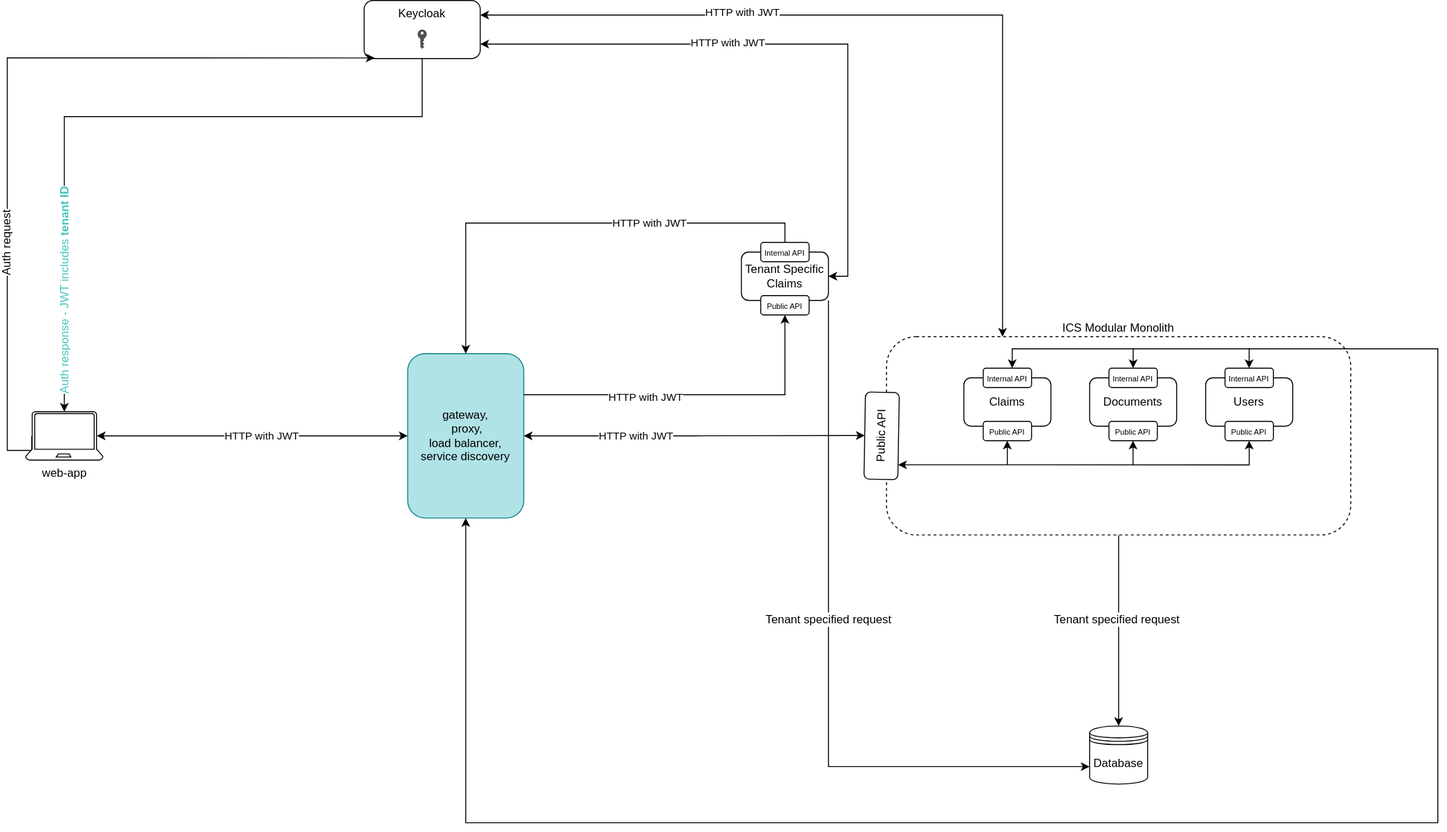
The draw.io diagram architecture/services.svg in michalpatron10/ics, before a commit. Source tidied: cells renumbered, new cells last; positions are measured from the earlier drawing's top-left corner, leaving out a move shared by most shapes.
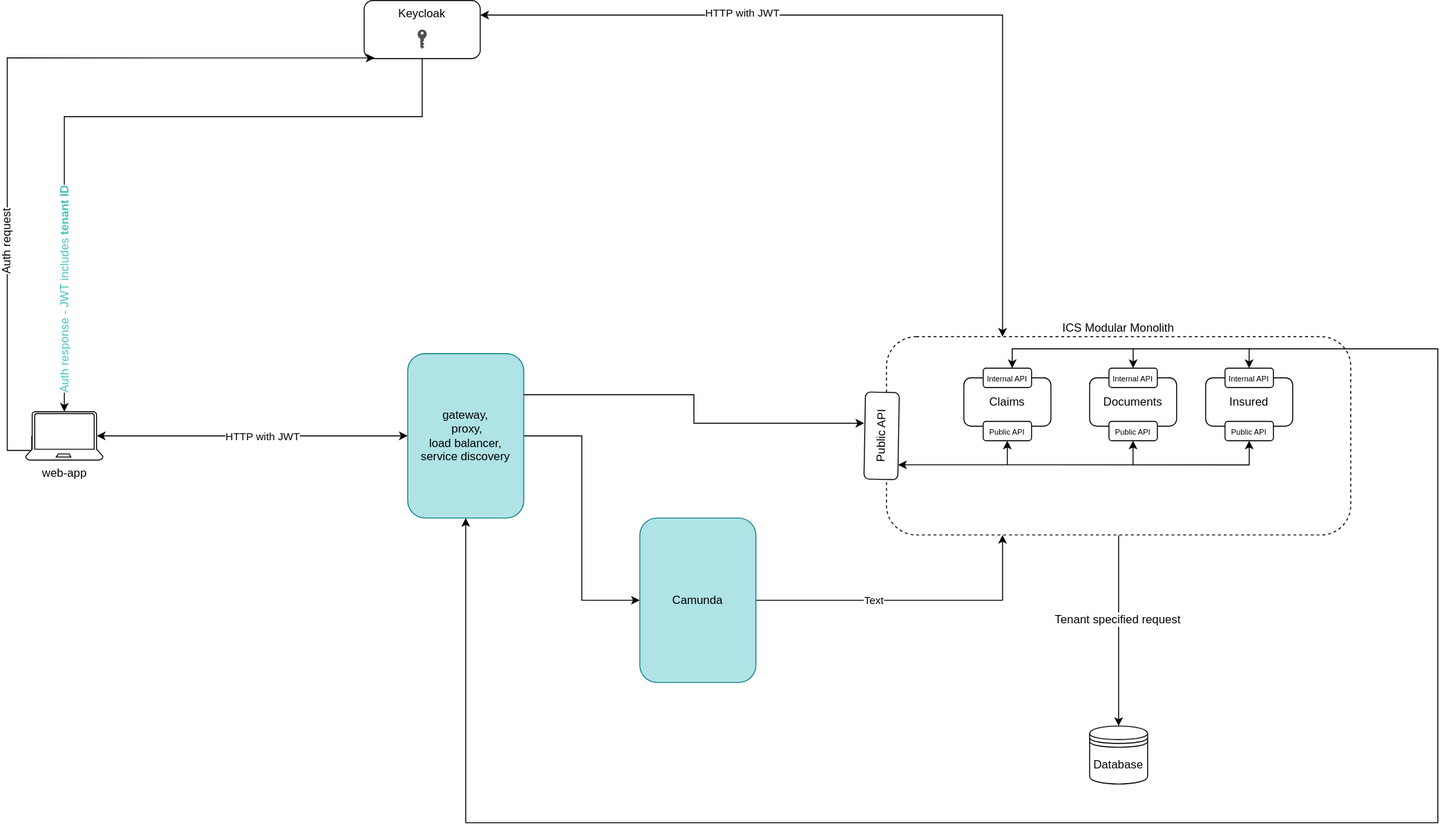
The same file after the commit.

The edit, as a diff of the source:
```diff
@@ -55,14 +55,9 @@
         <mxPoint x="-8" y="52" as="offset" />
       </mxGeometry>
     </mxCell>
-    <mxCell id="14" style="edgeStyle=orthogonalEdgeStyle;rounded=0;jettySize=auto;html=1;exitX=0.5;exitY=0;exitDx=0;exitDy=0;entryX=0.5;entryY=0;entryDx=0;entryDy=0;startArrow=classic;startFill=1;" parent="1" edge="1" source="16" target="17">
-      <mxGeometry relative="1" as="geometry" />
-    </mxCell>
-    <mxCell id="15" value="HTTP with JWT" style="edgeLabel;html=1;align=center;verticalAlign=middle;" parent="14" vertex="1">
-      <mxGeometry x="0.23" y="1" relative="1" as="geometry">
-        <mxPoint x="-101" y="1" as="offset" />
-      </mxGeometry>
-    </mxCell>
+    <mxCell id="47" style="edgeStyle=orthogonalEdgeStyle;rounded=0;jettySize=auto;html=1;exitX=0.5;exitY=0;exitDx=0;exitDy=0;entryX=0.5;entryY=1;entryDx=0;entryDy=0;" parent="1" edge="1" source="16" target="50">
+      <mxGeometry relative="1" as="geometry" />
+    </mxCell>
     <mxCell id="16" value="gateway,&lt;br&gt;&amp;nbsp;proxy,&lt;br&gt;load balancer, &lt;br&gt;service discovery" style="rounded=1;whiteSpace=wrap;html=1;fillColor=#b0e3e6;strokeColor=#0e8088;horizontal=0;rotation=90;" parent="1" vertex="1">
       <mxGeometry x="389" y="390" width="170" height="120" as="geometry" />
     </mxCell>
@@ -75,7 +70,7 @@
     <mxCell id="19" value="Documents" style="rounded=1;whiteSpace=wrap;html=1;" parent="1" vertex="1">
       <mxGeometry x="1119" y="390" width="90" height="50" as="geometry" />
     </mxCell>
-    <mxCell id="20" value="Users" style="rounded=1;whiteSpace=wrap;html=1;" parent="1" vertex="1">
+    <mxCell id="20" value="Insured" style="rounded=1;whiteSpace=wrap;html=1;" parent="1" vertex="1">
       <mxGeometry x="1239" y="390" width="90" height="50" as="geometry" />
     </mxCell>
     <mxCell id="21" value="&lt;font style=&quot;font-size: 8px;&quot;&gt;Public API&lt;/font&gt;" style="rounded=1;whiteSpace=wrap;html=1;fontSize=10;" parent="1" vertex="1">
@@ -96,29 +91,6 @@
     <mxCell id="26" value="HTTP with JWT" style="edgeLabel;html=1;align=center;verticalAlign=middle;" parent="1" vertex="1">
       <mxGeometry x="263" y="450" as="geometry" />
     </mxCell>
-    <mxCell id="27" style="edgeStyle=orthogonalEdgeStyle;rounded=0;jettySize=auto;html=1;exitX=1;exitY=0.5;exitDx=0;exitDy=0;entryX=1;entryY=0.75;entryDx=0;entryDy=0;startArrow=classic;startFill=1;" parent="1" edge="1" source="30" target="10">
-      <mxGeometry relative="1" as="geometry" />
-    </mxCell>
-    <mxCell id="28" value="HTTP with JWT" style="edgeLabel;html=1;align=center;verticalAlign=middle;" parent="27" vertex="1">
-      <mxGeometry x="0.2" relative="1" as="geometry">
-        <mxPoint y="-1" as="offset" />
-      </mxGeometry>
-    </mxCell>
-    <mxCell id="29" style="edgeStyle=orthogonalEdgeStyle;rounded=0;jettySize=auto;html=1;exitX=1;exitY=1;exitDx=0;exitDy=0;entryX=0;entryY=0.7;entryDx=0;entryDy=0;" parent="1" edge="1" source="30" target="5">
-      <mxGeometry relative="1" as="geometry" />
-    </mxCell>
-    <mxCell id="30" value="Tenant Specific Claims" style="rounded=1;whiteSpace=wrap;html=1;" parent="1" vertex="1">
-      <mxGeometry x="759" y="260" width="90" height="50" as="geometry" />
-    </mxCell>
-    <mxCell id="31" style="edgeStyle=orthogonalEdgeStyle;rounded=0;jettySize=auto;html=1;exitX=0.5;exitY=1;exitDx=0;exitDy=0;startArrow=classic;startFill=1;endArrow=none;endFill=0;entryX=0.25;entryY=0;entryDx=0;entryDy=0;" parent="1" edge="1" source="32" target="16">
-      <mxGeometry relative="1" as="geometry" />
-    </mxCell>
-    <mxCell id="32" value="&lt;font style=&quot;font-size: 8px;&quot;&gt;Public API&lt;/font&gt;" style="rounded=1;whiteSpace=wrap;html=1;fontSize=10;" parent="1" vertex="1">
-      <mxGeometry x="779" y="305" width="50" height="20" as="geometry" />
-    </mxCell>
-    <mxCell id="33" value="Tenant specified request" style="edgeLabel;html=1;align=center;verticalAlign=middle;fontSize=12;" parent="1" vertex="1">
-      <mxGeometry x="849" y="640" as="geometry" />
-    </mxCell>
     <mxCell id="34" value="&lt;font style=&quot;font-size: 8px;&quot;&gt;Internal API&lt;/font&gt;" style="rounded=1;whiteSpace=wrap;html=1;fontSize=10;" parent="1" vertex="1">
       <mxGeometry x="1009" y="380" width="50" height="20" as="geometry" />
     </mxCell>
@@ -128,20 +100,6 @@
     <mxCell id="36" value="&lt;font style=&quot;font-size: 8px;&quot;&gt;Internal API&lt;/font&gt;" style="rounded=1;whiteSpace=wrap;html=1;fontSize=10;" parent="1" vertex="1">
       <mxGeometry x="1259" y="380" width="50" height="20" as="geometry" />
     </mxCell>
-    <mxCell id="37" style="edgeStyle=orthogonalEdgeStyle;rounded=0;jettySize=auto;html=1;exitDx=0;exitDy=0;entryDx=0;entryDy=0;exitX=0.5;exitY=0;" parent="1" edge="1" source="38" target="16">
-      <mxGeometry relative="1" as="geometry" />
-    </mxCell>
-    <mxCell id="38" value="&lt;font style=&quot;font-size: 8px;&quot;&gt;Internal API&lt;/font&gt;" style="rounded=1;whiteSpace=wrap;html=1;fontSize=10;" parent="1" vertex="1">
-      <mxGeometry x="779" y="250" width="50" height="20" as="geometry" />
-    </mxCell>
-    <mxCell id="39" value="HTTP with JWT" style="edgeLabel;html=1;align=center;verticalAlign=middle;" parent="1" vertex="1">
-      <mxGeometry x="659.2" y="410" as="geometry" />
-    </mxCell>
-    <mxCell id="40" value="HTTP with JWT" style="edgeLabel;html=1;align=center;verticalAlign=middle;" parent="1" vertex="1">
-      <mxGeometry x="659.2" y="230" as="geometry">
-        <mxPoint x="4" as="offset" />
-      </mxGeometry>
-    </mxCell>
     <mxCell id="41" style="endArrow=classic;html=1;rounded=0;edgeStyle=orthogonalEdgeStyle;entryX=0.5;entryY=1;entryDx=0;entryDy=0;startArrow=none;startFill=0;endFill=1;" parent="1" edge="1">
       <mxGeometry relative="1" as="geometry">
         <mxPoint x="1033.9" y="480" as="sourcePoint" />
@@ -189,5 +147,17 @@
         <mxPoint x="1283.9" y="360" as="targetPoint" />
       </mxGeometry>
     </mxCell>
+    <mxCell id="48" style="edgeStyle=orthogonalEdgeStyle;rounded=0;jettySize=auto;html=1;exitX=0.5;exitY=0;exitDx=0;exitDy=0;entryX=0.25;entryY=1;entryDx=0;entryDy=0;" parent="1" edge="1" source="50" target="4">
+      <mxGeometry relative="1" as="geometry" />
+    </mxCell>
+    <mxCell id="49" value="Text" style="edgeLabel;html=1;align=center;verticalAlign=middle;" parent="48" vertex="1">
+      <mxGeometry x="-0.25" y="1" relative="1" as="geometry" />
+    </mxCell>
+    <mxCell id="50" value="Camunda&lt;br&gt;" style="rounded=1;whiteSpace=wrap;html=1;fillColor=#b0e3e6;strokeColor=#0e8088;horizontal=0;rotation=90;" parent="1" vertex="1">
+      <mxGeometry x="629" y="560" width="170" height="120" as="geometry" />
+    </mxCell>
+    <mxCell id="14" style="edgeStyle=orthogonalEdgeStyle;rounded=0;jettySize=auto;html=1;exitX=0.25;exitY=0;exitDx=0;exitDy=0;entryX=0.641;entryY=-0.021;entryDx=0;entryDy=0;entryPerimeter=0;" parent="1" edge="1" source="16" target="17">
+      <mxGeometry relative="1" as="geometry" />
+    </mxCell>
   </root>
 </mxGraphModel>
```
